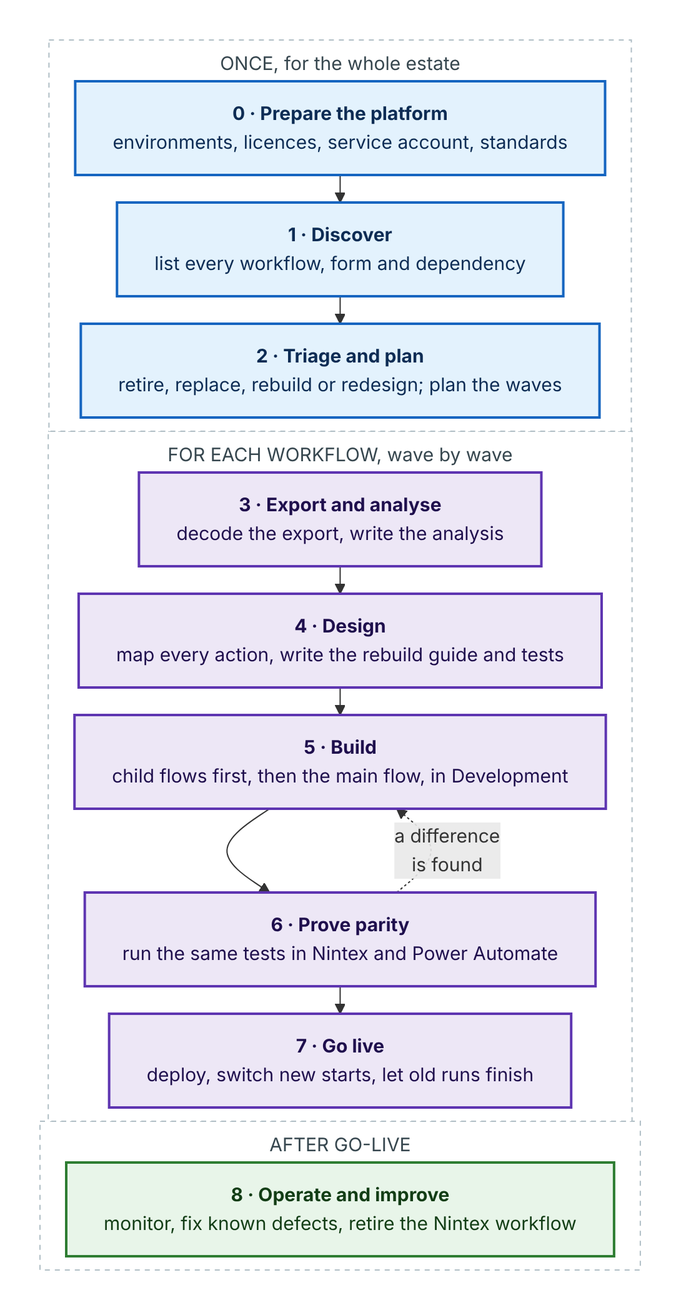
Earlier version of the Mermaid export docs/images/migration-pipeline.png (destroyer342/SP2016). Its source is kept beside it as docs/images/migration-pipeline.mmd.
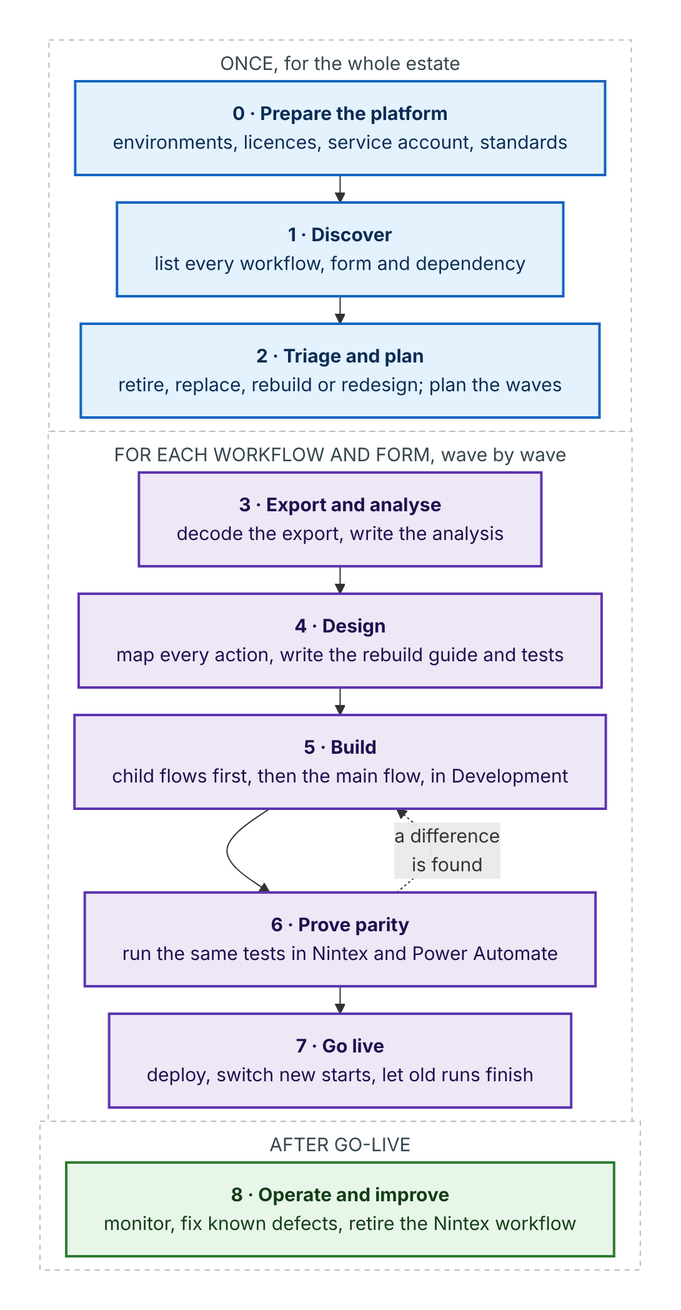
The same diagram one commit later.

What changed in the source:
```diff
@@ -23,7 +23,7 @@
         S2["<b>2 · Triage and plan</b><br/>retire, replace, rebuild or redesign; plan the waves"]:::once
         S0 --> S1 --> S2
     end
-    subgraph EACH["FOR EACH WORKFLOW, wave by wave"]
+    subgraph EACH["FOR EACH WORKFLOW AND FORM, wave by wave"]
         S3["<b>3 · Export and analyse</b><br/>decode the export, write the analysis"]:::each
         S4["<b>4 · Design</b><br/>map every action, write the rebuild guide and tests"]:::each
         S5["<b>5 · Build</b><br/>child flows first, then the main flow, in Development"]:::each
```
